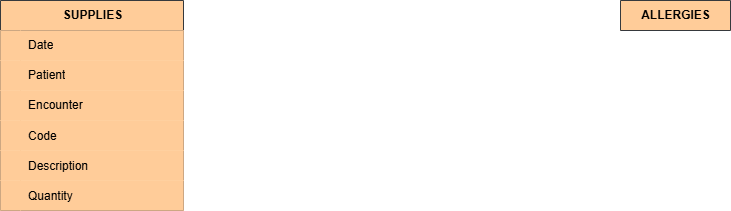
This is BigDataProject.drawio.png from UtsuroNoArashi/BigDataProject, a draw.io export, as it was before one commit. Source tidied: cells renumbered, new cells last; positions are measured from the earlier drawing's top-left corner, leaving out a move shared by most shapes.
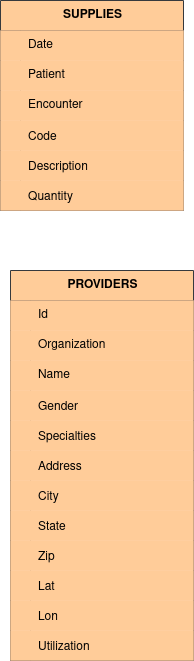
After the commit.

Diff of the diagram source:
```diff
@@ -59,8 +59,116 @@
     <mxCell id="20" value="Quantity" style="shape=partialRectangle;fillColor=light-dark(#FFCC99,#B98351);top=0;left=0;bottom=0;right=0;align=left;spacingLeft=6;overflow=hidden;strokeColor=default;fontColor=light-dark(#000000,#000000);" parent="18" vertex="1">
       <mxGeometry x="20" width="163" height="30" as="geometry" />
     </mxCell>
-    <mxCell id="21" value="ALLERGIES" style="shape=table;startSize=30;rowLines=0;fontStyle=1;align=center;html=1;fillColor=light-dark(#FFCC99,#B98351);strokeColor=light-dark(#36393D,#DDE2E4);fontColor=light-dark(#000000,#000000);" parent="1" vertex="1" collapsed="1">
-      <mxGeometry x="620" width="110" height="30" as="geometry" />
-    </mxCell>
+    <mxCell id="22" value="PROVIDERS" style="shape=table;startSize=30;rowLines=0;fontStyle=1;align=center;html=1;fillColor=light-dark(#FFCC99,#B98351);strokeColor=light-dark(#36393D,#DDE2E4);fontColor=light-dark(#000000,#000000);" parent="1" vertex="1">
+      <mxGeometry x="10" y="270" width="183" height="390" as="geometry" />
+    </mxCell>
+    <mxCell id="23" style="shape=tableRow;horizontal=0;startSize=0;swimlaneHead=0;swimlaneBody=0;fillColor=light-dark(#FFCC99,#B98351);top=0;left=0;right=0;bottom=0;strokeColor=light-dark(#36393D,#DDE2E4);fontColor=light-dark(#000000,#000000);" parent="22" vertex="1">
+      <mxGeometry y="30" width="183" height="30" as="geometry" />
+    </mxCell>
+    <mxCell id="24" style="shape=partialRectangle;fillColor=light-dark(#FFCC99,#B98351);top=0;left=0;bottom=0;right=0;overflow=hidden;whiteSpace=wrap;html=1;strokeColor=light-dark(#36393D,#DDE2E4);fontColor=light-dark(#000000,#000000);" parent="23" vertex="1">
+      <mxGeometry width="20" height="30" as="geometry" />
+    </mxCell>
+    <mxCell id="25" value="Id" style="shape=partialRectangle;fillColor=light-dark(#FFCC99,#B98351);top=0;left=0;bottom=0;right=0;align=left;spacingLeft=6;overflow=hidden;whiteSpace=wrap;html=1;strokeColor=default;fontColor=light-dark(#000000,#000000);" parent="23" vertex="1">
+      <mxGeometry x="20" width="163" height="30" as="geometry" />
+    </mxCell>
+    <mxCell id="26" style="shape=tableRow;horizontal=0;startSize=0;swimlaneHead=0;swimlaneBody=0;fillColor=light-dark(#FFCC99,#B98351);top=0;left=0;right=0;bottom=0;strokeColor=light-dark(#36393D,#DDE2E4);fontColor=light-dark(#000000,#000000);" parent="22" vertex="1">
+      <mxGeometry y="60" width="183" height="30" as="geometry" />
+    </mxCell>
+    <mxCell id="27" style="shape=partialRectangle;fillColor=light-dark(#FFCC99,#B98351);top=0;left=0;bottom=0;right=0;overflow=hidden;whiteSpace=wrap;html=1;strokeColor=light-dark(#36393D,#DDE2E4);fontColor=light-dark(#000000,#000000);" parent="26" vertex="1">
+      <mxGeometry width="20" height="30" as="geometry" />
+    </mxCell>
+    <mxCell id="28" value="Organization" style="shape=partialRectangle;fillColor=light-dark(#FFCC99,#B98351);top=0;left=0;bottom=0;right=0;align=left;spacingLeft=6;overflow=hidden;whiteSpace=wrap;html=1;strokeColor=default;fontColor=light-dark(#000000,#000000);" parent="26" vertex="1">
+      <mxGeometry x="20" width="163" height="30" as="geometry" />
+    </mxCell>
+    <mxCell id="29" style="shape=tableRow;horizontal=0;startSize=0;swimlaneHead=0;swimlaneBody=0;fillColor=light-dark(#FFCC99,#B98351);top=0;left=0;right=0;bottom=0;strokeColor=light-dark(#36393D,#DDE2E4);fontColor=light-dark(#000000,#000000);" parent="22" vertex="1">
+      <mxGeometry y="90" width="183" height="30" as="geometry" />
+    </mxCell>
+    <mxCell id="30" style="shape=partialRectangle;fillColor=light-dark(#FFCC99,#B98351);top=0;left=0;bottom=0;right=0;overflow=hidden;whiteSpace=wrap;html=1;strokeColor=light-dark(#36393D,#DDE2E4);fontColor=light-dark(#000000,#000000);" parent="29" vertex="1">
+      <mxGeometry width="20" height="30" as="geometry" />
+    </mxCell>
+    <mxCell id="31" value="Name" style="shape=partialRectangle;fillColor=light-dark(#FFCC99,#B98351);top=0;left=0;bottom=0;right=0;align=left;spacingLeft=6;overflow=hidden;whiteSpace=wrap;html=1;strokeColor=default;fontColor=light-dark(#000000,#000000);" parent="29" vertex="1">
+      <mxGeometry x="20" width="163" height="30" as="geometry" />
+    </mxCell>
+    <mxCell id="32" style="shape=tableRow;horizontal=0;startSize=0;swimlaneHead=0;swimlaneBody=0;fillColor=light-dark(#FFCC99,#B98351);top=0;left=0;right=0;bottom=0;strokeColor=light-dark(#36393D,#DDE2E4);fontColor=light-dark(#000000,#000000);" parent="22" vertex="1">
+      <mxGeometry y="120" width="183" height="30" as="geometry" />
+    </mxCell>
+    <mxCell id="33" style="shape=partialRectangle;fillColor=light-dark(#FFCC99,#B98351);top=0;left=0;bottom=0;right=0;overflow=hidden;strokeColor=light-dark(#36393D,#DDE2E4);fontColor=light-dark(#000000,#000000);" parent="32" vertex="1">
+      <mxGeometry width="20" height="30" as="geometry" />
+    </mxCell>
+    <mxCell id="34" value="Gender" style="shape=partialRectangle;fillColor=light-dark(#FFCC99,#B98351);top=0;left=0;bottom=0;right=0;align=left;spacingLeft=6;overflow=hidden;strokeColor=default;fontColor=light-dark(#000000,#000000);" parent="32" vertex="1">
+      <mxGeometry x="20" width="163" height="30" as="geometry" />
+    </mxCell>
+    <mxCell id="35" style="shape=tableRow;horizontal=0;startSize=0;swimlaneHead=0;swimlaneBody=0;fillColor=light-dark(#FFCC99,#B98351);top=0;left=0;right=0;bottom=0;strokeColor=light-dark(#36393D,#DDE2E4);fontColor=light-dark(#000000,#000000);" parent="22" vertex="1">
+      <mxGeometry y="150" width="183" height="30" as="geometry" />
+    </mxCell>
+    <mxCell id="36" style="shape=partialRectangle;fillColor=light-dark(#FFCC99,#B98351);top=0;left=0;bottom=0;right=0;overflow=hidden;strokeColor=light-dark(#36393D,#DDE2E4);fontColor=light-dark(#000000,#000000);" parent="35" vertex="1">
+      <mxGeometry width="20" height="30" as="geometry" />
+    </mxCell>
+    <mxCell id="37" value="Specialties    " style="shape=partialRectangle;fillColor=light-dark(#FFCC99,#B98351);top=0;left=0;bottom=0;right=0;align=left;spacingLeft=6;overflow=hidden;strokeColor=default;fontColor=light-dark(#000000,#000000);" parent="35" vertex="1">
+      <mxGeometry x="20" width="163" height="30" as="geometry" />
+    </mxCell>
+    <mxCell id="38" style="shape=tableRow;horizontal=0;startSize=0;swimlaneHead=0;swimlaneBody=0;fillColor=light-dark(#FFCC99,#B98351);top=0;left=0;right=0;bottom=0;strokeColor=light-dark(#36393D,#DDE2E4);fontColor=light-dark(#000000,#000000);" parent="22" vertex="1">
+      <mxGeometry y="180" width="183" height="30" as="geometry" />
+    </mxCell>
+    <mxCell id="39" style="shape=partialRectangle;fillColor=light-dark(#FFCC99,#B98351);top=0;left=0;bottom=0;right=0;overflow=hidden;strokeColor=light-dark(#36393D,#DDE2E4);fontColor=light-dark(#000000,#000000);" parent="38" vertex="1">
+      <mxGeometry width="20" height="30" as="geometry" />
+    </mxCell>
+    <mxCell id="40" value="Address" style="shape=partialRectangle;fillColor=light-dark(#FFCC99,#B98351);top=0;left=0;bottom=0;right=0;align=left;spacingLeft=6;overflow=hidden;strokeColor=default;fontColor=light-dark(#000000,#000000);" parent="38" vertex="1">
+      <mxGeometry x="20" width="163" height="30" as="geometry" />
+    </mxCell>
+    <mxCell id="41" style="shape=tableRow;horizontal=0;startSize=0;swimlaneHead=0;swimlaneBody=0;fillColor=light-dark(#FFCC99,#B98351);top=0;left=0;right=0;bottom=0;fontColor=light-dark(#000000,#000000);" parent="22" vertex="1">
+      <mxGeometry y="210" width="183" height="30" as="geometry" />
+    </mxCell>
+    <mxCell id="42" value="    " style="shape=partialRectangle;fillColor=light-dark(#FFCC99,#B98351);top=0;left=0;bottom=0;right=0;overflow=hidden;fontColor=light-dark(#000000,#000000);" parent="41" vertex="1">
+      <mxGeometry width="20" height="30" as="geometry" />
+    </mxCell>
+    <mxCell id="43" value="City" style="shape=partialRectangle;fillColor=light-dark(#FFCC99,#B98351);top=0;left=0;bottom=0;right=0;align=left;spacingLeft=6;overflow=hidden;fontColor=light-dark(#000000,#000000);" parent="41" vertex="1">
+      <mxGeometry x="20" width="163" height="30" as="geometry" />
+    </mxCell>
+    <mxCell id="44" style="shape=tableRow;horizontal=0;startSize=0;swimlaneHead=0;swimlaneBody=0;fillColor=light-dark(#FFCC99,#B98351);top=0;left=0;right=0;bottom=0;fontColor=light-dark(#000000,#000000);" parent="22" vertex="1">
+      <mxGeometry y="240" width="183" height="30" as="geometry" />
+    </mxCell>
+    <mxCell id="45" style="shape=partialRectangle;fillColor=light-dark(#FFCC99,#B98351);top=0;left=0;bottom=0;right=0;overflow=hidden;fontColor=light-dark(#000000,#000000);" parent="44" vertex="1">
+      <mxGeometry width="20" height="30" as="geometry" />
+    </mxCell>
+    <mxCell id="46" value="State" style="shape=partialRectangle;fillColor=light-dark(#FFCC99,#B98351);top=0;left=0;bottom=0;right=0;align=left;spacingLeft=6;overflow=hidden;fontColor=light-dark(#000000,#000000);" parent="44" vertex="1">
+      <mxGeometry x="20" width="163" height="30" as="geometry" />
+    </mxCell>
+    <mxCell id="47" style="shape=tableRow;horizontal=0;startSize=0;swimlaneHead=0;swimlaneBody=0;fillColor=light-dark(#FFCC99,#B98351);top=0;left=0;right=0;bottom=0;fontColor=light-dark(#000000,#000000);" parent="22" vertex="1">
+      <mxGeometry y="270" width="183" height="30" as="geometry" />
+    </mxCell>
+    <mxCell id="48" style="shape=partialRectangle;fillColor=light-dark(#FFCC99,#B98351);top=0;left=0;bottom=0;right=0;overflow=hidden;fontColor=light-dark(#000000,#000000);" parent="47" vertex="1">
+      <mxGeometry width="20" height="30" as="geometry" />
+    </mxCell>
+    <mxCell id="49" value="Zip" style="shape=partialRectangle;fillColor=light-dark(#FFCC99,#B98351);top=0;left=0;bottom=0;right=0;align=left;spacingLeft=6;overflow=hidden;fontColor=light-dark(#000000,#000000);" parent="47" vertex="1">
+      <mxGeometry x="20" width="163" height="30" as="geometry" />
+    </mxCell>
+    <mxCell id="50" style="shape=tableRow;horizontal=0;startSize=0;swimlaneHead=0;swimlaneBody=0;fillColor=light-dark(#FFCC99,#B98351);top=0;left=0;right=0;bottom=0;fontColor=light-dark(#000000,#000000);" parent="22" vertex="1">
+      <mxGeometry y="300" width="183" height="30" as="geometry" />
+    </mxCell>
+    <mxCell id="51" style="shape=partialRectangle;fillColor=light-dark(#FFCC99,#B98351);top=0;left=0;bottom=0;right=0;overflow=hidden;fontColor=light-dark(#000000,#000000);" parent="50" vertex="1">
+      <mxGeometry width="20" height="30" as="geometry" />
+    </mxCell>
+    <mxCell id="52" value="Lat" style="shape=partialRectangle;fillColor=light-dark(#FFCC99,#B98351);top=0;left=0;bottom=0;right=0;align=left;spacingLeft=6;overflow=hidden;fontColor=light-dark(#000000,#000000);" parent="50" vertex="1">
+      <mxGeometry x="20" width="163" height="30" as="geometry" />
+    </mxCell>
+    <mxCell id="53" style="shape=tableRow;horizontal=0;startSize=0;swimlaneHead=0;swimlaneBody=0;fillColor=light-dark(#FFCC99,#B98351);top=0;left=0;right=0;bottom=0;fontColor=light-dark(#000000,#000000);" parent="22" vertex="1">
+      <mxGeometry y="330" width="183" height="30" as="geometry" />
+    </mxCell>
+    <mxCell id="54" style="shape=partialRectangle;fillColor=light-dark(#FFCC99,#B98351);top=0;left=0;bottom=0;right=0;overflow=hidden;fontColor=light-dark(#000000,#000000);" parent="53" vertex="1">
+      <mxGeometry width="20" height="30" as="geometry" />
+    </mxCell>
+    <mxCell id="55" value="Lon" style="shape=partialRectangle;fillColor=light-dark(#FFCC99,#B98351);top=0;left=0;bottom=0;right=0;align=left;spacingLeft=6;overflow=hidden;fontColor=light-dark(#000000,#000000);" parent="53" vertex="1">
+      <mxGeometry x="20" width="163" height="30" as="geometry" />
+    </mxCell>
+    <mxCell id="56" style="shape=tableRow;horizontal=0;startSize=0;swimlaneHead=0;swimlaneBody=0;fillColor=light-dark(#FFCC99,#B98351);top=0;left=0;right=0;bottom=0;fontColor=light-dark(#000000,#000000);" parent="22" vertex="1">
+      <mxGeometry y="360" width="183" height="30" as="geometry" />
+    </mxCell>
+    <mxCell id="57" style="shape=partialRectangle;fillColor=light-dark(#FFCC99,#B98351);top=0;left=0;bottom=0;right=0;overflow=hidden;fontColor=light-dark(#000000,#000000);" parent="56" vertex="1">
+      <mxGeometry width="20" height="30" as="geometry" />
+    </mxCell>
+    <mxCell id="58" value="Utilization" style="shape=partialRectangle;fillColor=light-dark(#FFCC99,#B98351);top=0;left=0;bottom=0;right=0;align=left;spacingLeft=6;overflow=hidden;fontColor=light-dark(#000000,#000000);" parent="56" vertex="1">
+      <mxGeometry x="20" width="163" height="30" as="geometry" />
+    </mxCell>
   </root>
 </mxGraphModel>
```
